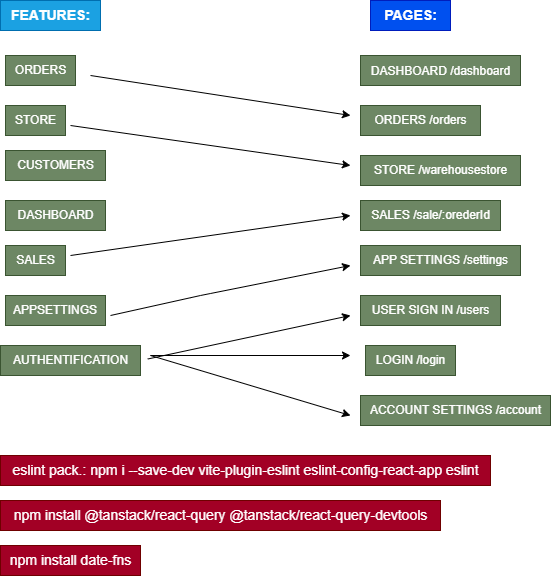
This is public/.drawio.png from jozefkubis/warehouse, a draw.io export, as it was before one commit. Source tidied: cells renumbered, new cells last; positions are measured from the earlier drawing's top-left corner, leaving out a move shared by most shapes.
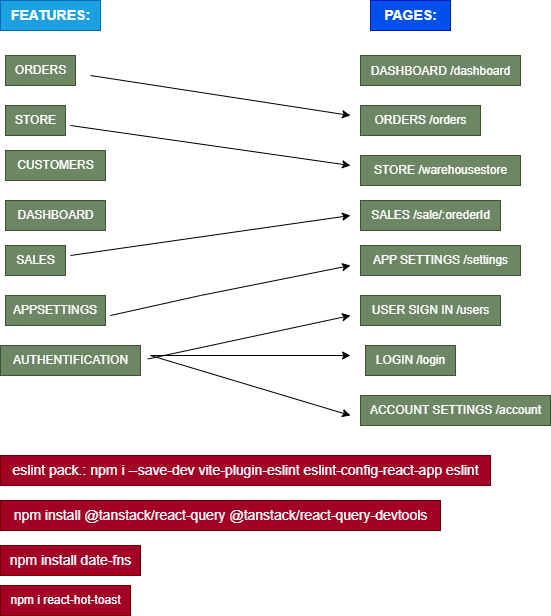
After the commit.

Change to the diagram source:
```diff
@@ -109,5 +109,8 @@
     <mxCell id="29" value="&lt;div&gt;npm install date-fns&lt;/div&gt;" style="text;html=1;align=center;verticalAlign=middle;strokeColor=#6F0000;fillColor=#a20025;fontSize=14;fontColor=#ffffff;" parent="1" vertex="1">
       <mxGeometry y="545" width="140" height="30" as="geometry" />
     </mxCell>
+    <mxCell id="30" value="npm i react-hot-toast" style="text;html=1;align=center;verticalAlign=middle;strokeColor=#6F0000;fillColor=#a20025;fontColor=#ffffff;" parent="1" vertex="1">
+      <mxGeometry y="585" width="130" height="30" as="geometry" />
+    </mxCell>
   </root>
 </mxGraphModel>
```
